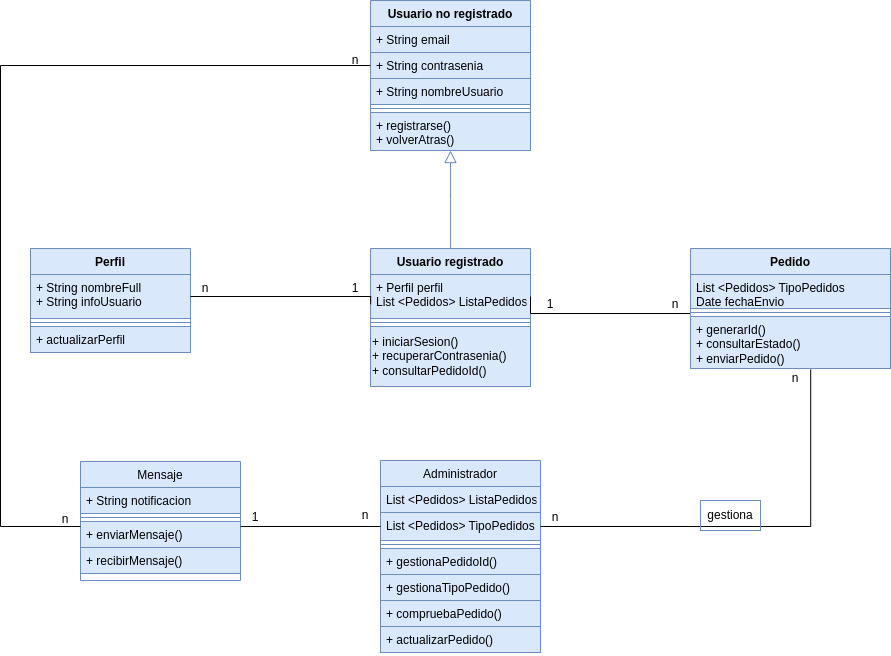
Before: images/diagramas/Diagrama de clases.drawio.png, a diagram exported from draw.io (Santyew/RecordVideoGG). Source tidied: cells renumbered, new cells last; positions are measured from the earlier drawing's top-left corner, leaving out a move shared by most shapes.
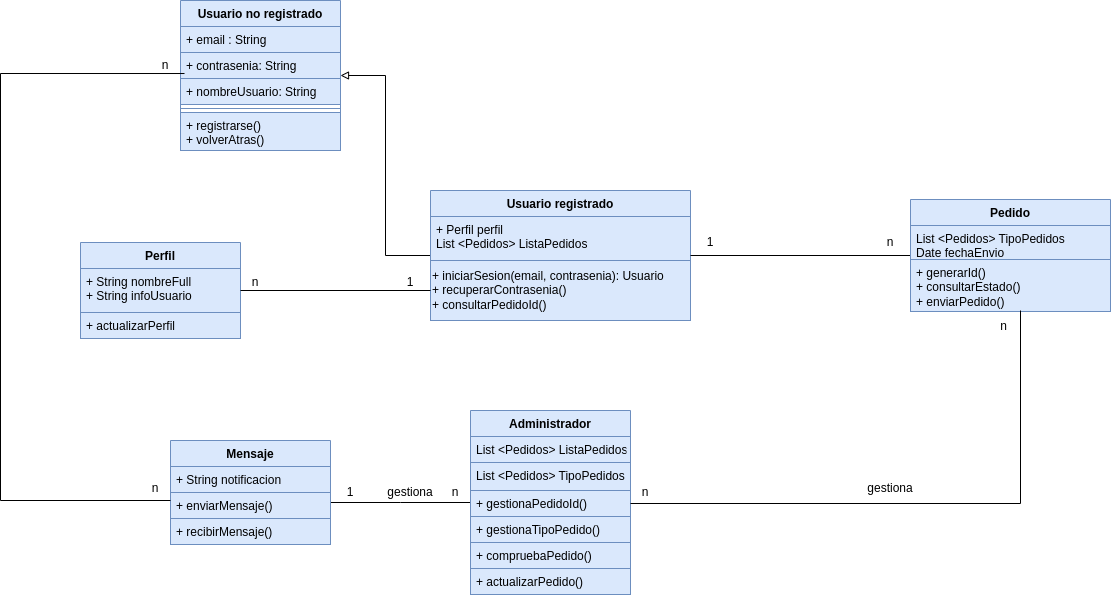
The same file after the commit.

Commit message:
Diagrama de clases #7.drawio.png

Change to the diagram source:
```diff
@@ -3,15 +3,15 @@
     <mxCell id="0" />
     <mxCell id="1" parent="0" />
     <mxCell id="2" value="Usuario no registrado" style="swimlane;fontStyle=1;align=center;verticalAlign=top;horizontal=1;startSize=26;rounded=0;shadow=0;strokeWidth=1;fillColor=#dae8fc;strokeColor=#6c8ebf;" parent="1" vertex="1">
-      <mxGeometry x="370" width="160" height="150" as="geometry" />
+      <mxGeometry x="130" y="-160" width="160" height="150" as="geometry" />
     </mxCell>
-    <mxCell id="3" value="+ String email" style="text;align=left;verticalAlign=top;spacingLeft=4;spacingRight=4;overflow=hidden;fillColor=#dae8fc;strokeColor=#6c8ebf;" parent="2" vertex="1">
+    <mxCell id="3" value="+ email : String" style="text;align=left;verticalAlign=top;spacingLeft=4;spacingRight=4;overflow=hidden;fillColor=#dae8fc;strokeColor=#6c8ebf;" parent="2" vertex="1">
       <mxGeometry y="26" width="160" height="26" as="geometry" />
     </mxCell>
-    <mxCell id="4" value="+ String contrasenia" style="text;align=left;verticalAlign=top;spacingLeft=4;spacingRight=4;overflow=hidden;points=[[0,0.5],[1,0.5]];portConstraint=eastwest;rounded=0;shadow=0;html=0;fillColor=#dae8fc;strokeColor=#6c8ebf;" parent="2" vertex="1">
+    <mxCell id="4" value="+ contrasenia: String" style="text;align=left;verticalAlign=top;spacingLeft=4;spacingRight=4;overflow=hidden;points=[[0,0.5],[1,0.5]];portConstraint=eastwest;rounded=0;shadow=0;html=0;fillColor=#dae8fc;strokeColor=#6c8ebf;" parent="2" vertex="1">
       <mxGeometry y="52" width="160" height="26" as="geometry" />
     </mxCell>
-    <mxCell id="5" value="+ String nombreUsuario" style="text;align=left;verticalAlign=top;spacingLeft=4;spacingRight=4;overflow=hidden;rounded=0;shadow=0;html=0;fillColor=#dae8fc;strokeColor=#6c8ebf;" parent="2" vertex="1">
+    <mxCell id="5" value="+ nombreUsuario: String" style="text;align=left;verticalAlign=top;spacingLeft=4;spacingRight=4;overflow=hidden;rounded=0;shadow=0;html=0;fillColor=#dae8fc;strokeColor=#6c8ebf;" parent="2" vertex="1">
       <mxGeometry y="78" width="160" height="26" as="geometry" />
     </mxCell>
     <mxCell id="6" style="line;html=1;strokeWidth=1;align=left;verticalAlign=middle;spacingTop=-1;spacingLeft=3;spacingRight=3;labelPosition=right;fillColor=#dae8fc;strokeColor=#6c8ebf;" parent="2" vertex="1">
@@ -20,8 +20,13 @@
     <mxCell id="7" value="+ registrarse()&#10;+ volverAtras()&#10;" style="text;align=left;verticalAlign=top;spacingLeft=4;spacingRight=4;overflow=hidden;fillColor=#dae8fc;strokeColor=#6c8ebf;" parent="2" vertex="1">
       <mxGeometry y="112" width="160" height="38" as="geometry" />
     </mxCell>
+    <mxCell id="50" style="edgeStyle=orthogonalEdgeStyle;rounded=0;jettySize=auto;html=1;endArrow=none;startFill=0;" parent="1" edge="1" source="8">
+      <mxGeometry relative="1" as="geometry">
+        <mxPoint x="280" y="342" as="targetPoint" />
+      </mxGeometry>
+    </mxCell>
-    <mxCell id="8" value="Administrador" style="swimlane;fontStyle=0;align=center;verticalAlign=top;horizontal=1;startSize=26;rounded=0;shadow=0;strokeWidth=1;fillColor=#dae8fc;strokeColor=#6c8ebf;" parent="1" vertex="1">
-      <mxGeometry x="380" y="460" width="160" height="192" as="geometry" />
+    <mxCell id="8" value="Administrador" style="swimlane;fontStyle=1;align=center;verticalAlign=top;horizontal=1;startSize=26;rounded=0;shadow=0;strokeWidth=1;fillColor=#dae8fc;strokeColor=#6c8ebf;" parent="1" vertex="1">
+      <mxGeometry x="420" y="250" width="160" height="184" as="geometry" />
     </mxCell>
     <mxCell id="9" value="List &lt;Pedidos&gt; ListaPedidos" style="text;align=left;verticalAlign=top;spacingLeft=4;spacingRight=4;overflow=hidden;fillColor=#dae8fc;strokeColor=#6c8ebf;" parent="8" vertex="1">
       <mxGeometry y="26" width="160" height="26" as="geometry" />
@@ -29,138 +34,112 @@
     <mxCell id="10" value="List &lt;Pedidos&gt; TipoPedidos&#10;" style="text;align=left;verticalAlign=top;spacingLeft=4;spacingRight=4;overflow=hidden;points=[[0,0.5],[1,0.5]];portConstraint=eastwest;rounded=0;shadow=0;html=0;fillColor=#dae8fc;strokeColor=#6c8ebf;" parent="8" vertex="1">
       <mxGeometry y="52" width="160" height="28" as="geometry" />
     </mxCell>
-    <mxCell id="11" style="line;html=1;strokeWidth=1;align=left;verticalAlign=middle;spacingTop=-1;spacingLeft=3;spacingRight=3;labelPosition=right;fillColor=#dae8fc;strokeColor=#6c8ebf;" parent="8" vertex="1">
-      <mxGeometry y="80" width="160" height="8" as="geometry" />
-    </mxCell>
     <mxCell id="12" value="+ gestionaPedidoId()" style="text;align=left;verticalAlign=top;spacingLeft=4;spacingRight=4;overflow=hidden;points=[[0,0.5],[1,0.5]];portConstraint=eastwest;fontStyle=0;fillColor=#dae8fc;strokeColor=#6c8ebf;" parent="8" vertex="1">
-      <mxGeometry y="88" width="160" height="26" as="geometry" />
+      <mxGeometry y="80" width="160" height="26" as="geometry" />
     </mxCell>
     <mxCell id="13" value="+ gestionaTipoPedido()" style="text;align=left;verticalAlign=top;spacingLeft=4;spacingRight=4;overflow=hidden;fillColor=#dae8fc;strokeColor=#6c8ebf;" parent="8" vertex="1">
-      <mxGeometry y="114" width="160" height="26" as="geometry" />
+      <mxGeometry y="106" width="160" height="26" as="geometry" />
     </mxCell>
     <mxCell id="14" value="+ compruebaPedido()" style="text;align=left;verticalAlign=top;spacingLeft=4;spacingRight=4;overflow=hidden;fillColor=#dae8fc;strokeColor=#6c8ebf;" parent="8" vertex="1">
-      <mxGeometry y="140" width="160" height="26" as="geometry" />
+      <mxGeometry y="132" width="160" height="26" as="geometry" />
     </mxCell>
     <mxCell id="15" value="+ actualizarPedido()" style="text;align=left;verticalAlign=top;spacingLeft=4;spacingRight=4;overflow=hidden;fillColor=#dae8fc;strokeColor=#6c8ebf;" parent="8" vertex="1">
-      <mxGeometry y="166" width="160" height="26" as="geometry" />
+      <mxGeometry y="158" width="160" height="26" as="geometry" />
     </mxCell>
+    <mxCell id="20" style="edgeStyle=orthogonalEdgeStyle;rounded=0;jettySize=auto;html=1;entryX=1;entryY=0.5;entryDx=0;entryDy=0;endArrow=block;endFill=0;" parent="1" edge="1" source="16" target="2">
+      <mxGeometry relative="1" as="geometry" />
+    </mxCell>
     <mxCell id="16" value="Usuario registrado" style="swimlane;fontStyle=1;align=center;verticalAlign=top;horizontal=1;startSize=26;rounded=0;shadow=0;strokeWidth=1;fillColor=#dae8fc;strokeColor=#6c8ebf;" parent="1" vertex="1">
-      <mxGeometry x="370" y="248" width="160" height="138" as="geometry" />
+      <mxGeometry x="380" y="30" width="260" height="130" as="geometry" />
     </mxCell>
     <mxCell id="17" value="+ Perfil perfil&#10;List &lt;Pedidos&gt; ListaPedidos" style="text;align=left;verticalAlign=top;spacingLeft=4;spacingRight=4;overflow=hidden;points=[[0,0.5],[1,0.5]];portConstraint=eastwest;fillColor=#dae8fc;strokeColor=#6c8ebf;" parent="16" vertex="1">
-      <mxGeometry y="26" width="160" height="44" as="geometry" />
+      <mxGeometry y="26" width="260" height="44" as="geometry" />
     </mxCell>
-    <mxCell id="18" style="line;html=1;strokeWidth=1;align=left;verticalAlign=middle;spacingTop=-1;spacingLeft=3;spacingRight=3;labelPosition=right;fillColor=#dae8fc;strokeColor=#6c8ebf;" parent="16" vertex="1">
-      <mxGeometry y="70" width="160" height="8" as="geometry" />
-    </mxCell>
-    <mxCell id="19" value="+ iniciarSesion()&lt;div&gt;+ recuperarContrasenia()&lt;/div&gt;&lt;div&gt;+ consultarPedidoId()&lt;/div&gt;" style="text;html=1;align=left;verticalAlign=middle;points=[];strokeColor=#6c8ebf;fillColor=#dae8fc;" parent="16" vertex="1">
-      <mxGeometry y="78" width="160" height="60" as="geometry" />
+    <mxCell id="19" value="+ iniciarSesion(email, contrasenia): Usuario&lt;div&gt;+ recuperarContrasenia()&lt;/div&gt;&lt;div&gt;+ consultarPedidoId()&lt;/div&gt;" style="text;html=1;align=left;verticalAlign=middle;points=[];strokeColor=#6c8ebf;fillColor=#dae8fc;" parent="16" vertex="1">
+      <mxGeometry y="70" width="260" height="60" as="geometry" />
     </mxCell>
-    <mxCell id="20" style="endArrow=block;endSize=10;endFill=0;shadow=0;strokeWidth=1;rounded=0;curved=0;edgeStyle=elbowEdgeStyle;elbow=vertical;fillColor=#dae8fc;strokeColor=#6c8ebf;" parent="1" edge="1" source="16" target="2">
-      <mxGeometry relative="1" as="geometry" />
-    </mxCell>
     <mxCell id="21" value="Perfil" style="swimlane;fontStyle=1;align=center;verticalAlign=top;horizontal=1;startSize=26;whiteSpace=wrap;html=1;fillColor=#dae8fc;strokeColor=#6c8ebf;" parent="1" vertex="1">
-      <mxGeometry x="30" y="248" width="160" height="104" as="geometry" />
+      <mxGeometry x="30" y="82" width="160" height="96" as="geometry" />
     </mxCell>
     <mxCell id="22" value="+ String nombreFull&lt;div&gt;+ String infoUsuario&lt;/div&gt;" style="text;strokeColor=#6c8ebf;fillColor=#dae8fc;align=left;verticalAlign=top;spacingLeft=4;spacingRight=4;overflow=hidden;points=[[0,0.5],[1,0.5]];portConstraint=eastwest;whiteSpace=wrap;html=1;" parent="21" vertex="1">
       <mxGeometry y="26" width="160" height="44" as="geometry" />
     </mxCell>
-    <mxCell id="23" style="line;strokeWidth=1;fillColor=#dae8fc;align=left;verticalAlign=middle;spacingTop=-1;spacingLeft=3;spacingRight=3;labelPosition=right;strokeColor=#6c8ebf;" parent="21" vertex="1">
-      <mxGeometry y="70" width="160" height="8" as="geometry" />
-    </mxCell>
     <mxCell id="24" value="+ actualizarPerfil" style="text;strokeColor=#6c8ebf;fillColor=#dae8fc;align=left;verticalAlign=top;spacingLeft=4;spacingRight=4;overflow=hidden;whiteSpace=wrap;html=1;" parent="21" vertex="1">
-      <mxGeometry y="78" width="160" height="26" as="geometry" />
+      <mxGeometry y="70" width="160" height="26" as="geometry" />
     </mxCell>
-    <mxCell id="25" style="edgeStyle=orthogonalEdgeStyle;rounded=0;jettySize=auto;html=1;entryX=1;entryY=0.5;entryDx=0;entryDy=0;endArrow=none;startFill=0;fillColor=#dae8fc;strokeColor=#000000;" parent="1" edge="1" source="26" target="17">
-      <mxGeometry relative="1" as="geometry">
-        <Array as="points">
-          <mxPoint x="530" y="313" />
-        </Array>
-      </mxGeometry>
-    </mxCell>
+    <mxCell id="51" style="edgeStyle=orthogonalEdgeStyle;rounded=0;jettySize=auto;html=1;entryX=1;entryY=0.5;entryDx=0;entryDy=0;endArrow=none;startFill=0;" parent="1" edge="1" source="26" target="16">
+      <mxGeometry relative="1" as="geometry" />
+    </mxCell>
     <mxCell id="26" value="Pedido" style="swimlane;fontStyle=1;align=center;verticalAlign=top;horizontal=1;startSize=26;whiteSpace=wrap;html=1;fillColor=#dae8fc;strokeColor=#6c8ebf;" parent="1" vertex="1">
-      <mxGeometry x="690" y="248" width="200" height="120" as="geometry" />
+      <mxGeometry x="860" y="39" width="200" height="112" as="geometry" />
     </mxCell>
     <mxCell id="27" value="List &amp;lt;Pedidos&amp;gt; TipoPedidos&lt;div&gt;Date fechaEnvio&lt;/div&gt;" style="text;strokeColor=#6c8ebf;fillColor=#dae8fc;align=left;verticalAlign=top;spacingLeft=4;spacingRight=4;overflow=hidden;whiteSpace=wrap;html=1;" parent="26" vertex="1">
       <mxGeometry y="26" width="200" height="34" as="geometry" />
     </mxCell>
-    <mxCell id="28" style="line;strokeWidth=1;fillColor=#dae8fc;align=left;verticalAlign=middle;spacingTop=-1;spacingLeft=3;spacingRight=3;labelPosition=right;strokeColor=#6c8ebf;" parent="26" vertex="1">
-      <mxGeometry y="60" width="200" height="8" as="geometry" />
-    </mxCell>
     <mxCell id="29" value="+ generarId()&lt;div&gt;+ consultarEstado()&lt;/div&gt;&lt;div&gt;+&amp;nbsp;&lt;span style=&quot;background-color: transparent; color: light-dark(rgb(0, 0, 0), rgb(255, 255, 255));&quot;&gt;enviarPedido()&lt;/span&gt;&lt;/div&gt;" style="text;strokeColor=#6c8ebf;fillColor=#dae8fc;align=left;verticalAlign=top;spacingLeft=4;spacingRight=4;overflow=hidden;points=[[0,0.5],[1,0.5]];portConstraint=eastwest;whiteSpace=wrap;html=1;" parent="26" vertex="1">
-      <mxGeometry y="68" width="200" height="52" as="geometry" />
+      <mxGeometry y="60" width="200" height="52" as="geometry" />
     </mxCell>
-    <mxCell id="30" style="edgeStyle=orthogonalEdgeStyle;rounded=0;jettySize=auto;html=1;entryX=0.001;entryY=0.673;entryDx=0;entryDy=0;entryPerimeter=0;endArrow=none;startFill=0;fillColor=#dae8fc;strokeColor=#000000;" parent="1" edge="1" source="22" target="17">
-      <mxGeometry relative="1" as="geometry">
-        <Array as="points">
-          <mxPoint x="370" y="296" />
-        </Array>
-      </mxGeometry>
-    </mxCell>
-    <mxCell id="31" value="n" style="text;html=1;align=center;verticalAlign=middle;whiteSpace=wrap;rounded=0;fillColor=none;strokeColor=none;" parent="1" vertex="1">
-      <mxGeometry x="190" y="280" width="30" height="16" as="geometry" />
-    </mxCell>
-    <mxCell id="32" value="1" style="text;html=1;align=center;verticalAlign=middle;whiteSpace=wrap;rounded=0;fillColor=none;strokeColor=none;" parent="1" vertex="1">
-      <mxGeometry x="240" y="509" width="30" height="16" as="geometry" />
-    </mxCell>
-    <mxCell id="33" value="1" style="text;html=1;align=center;verticalAlign=middle;whiteSpace=wrap;rounded=0;fillColor=none;strokeColor=none;" parent="1" vertex="1">
-      <mxGeometry x="530" y="289" width="40" height="30" as="geometry" />
-    </mxCell>
-    <mxCell id="34" value="n" style="text;html=1;align=center;verticalAlign=middle;whiteSpace=wrap;rounded=0;fillColor=none;strokeColor=none;" parent="1" vertex="1">
-      <mxGeometry x="660" y="296" width="30" height="16" as="geometry" />
-    </mxCell>
-    <mxCell id="35" value="Mensaje" style="swimlane;fontStyle=0;align=center;verticalAlign=top;horizontal=1;startSize=26;rounded=0;shadow=0;strokeWidth=1;fillColor=#dae8fc;strokeColor=#6c8ebf;" parent="1" vertex="1">
-      <mxGeometry x="80" y="461" width="160" height="119" as="geometry" />
+    <mxCell id="35" value="Mensaje" style="swimlane;fontStyle=1;align=center;verticalAlign=top;horizontal=1;startSize=26;rounded=0;shadow=0;strokeWidth=1;fillColor=#dae8fc;strokeColor=#6c8ebf;" parent="1" vertex="1">
+      <mxGeometry x="120" y="280" width="160" height="104" as="geometry" />
     </mxCell>
     <mxCell id="36" value="+ String notificacion" style="text;align=left;verticalAlign=top;spacingLeft=4;spacingRight=4;overflow=hidden;fillColor=#dae8fc;strokeColor=#6c8ebf;" parent="35" vertex="1">
       <mxGeometry y="26" width="160" height="26" as="geometry" />
     </mxCell>
-    <mxCell id="37" style="line;html=1;strokeWidth=1;align=left;verticalAlign=middle;spacingTop=-1;spacingLeft=3;spacingRight=3;labelPosition=right;fillColor=#dae8fc;strokeColor=#6c8ebf;" parent="35" vertex="1">
-      <mxGeometry y="52" width="160" height="8" as="geometry" />
-    </mxCell>
     <mxCell id="38" value="+ enviarMensaje()" style="text;align=left;verticalAlign=top;spacingLeft=4;spacingRight=4;overflow=hidden;fontStyle=0;fillColor=#dae8fc;strokeColor=#6c8ebf;" parent="35" vertex="1">
-      <mxGeometry y="60" width="160" height="26" as="geometry" />
+      <mxGeometry y="52" width="160" height="26" as="geometry" />
     </mxCell>
     <mxCell id="39" value="+ recibirMensaje()" style="text;align=left;verticalAlign=top;spacingLeft=4;spacingRight=4;overflow=hidden;fillColor=#dae8fc;strokeColor=#6c8ebf;" parent="35" vertex="1">
-      <mxGeometry y="86" width="160" height="26" as="geometry" />
+      <mxGeometry y="78" width="160" height="26" as="geometry" />
     </mxCell>
-    <mxCell id="40" style="edgeStyle=orthogonalEdgeStyle;rounded=0;jettySize=auto;html=1;entryX=0.601;entryY=1.019;entryDx=0;entryDy=0;entryPerimeter=0;endArrow=none;startFill=0;fillColor=#dae8fc;strokeColor=#000000;" parent="1" edge="1" source="10" target="29">
-      <mxGeometry relative="1" as="geometry" />
-    </mxCell>
-    <mxCell id="41" value="n" style="text;html=1;align=center;verticalAlign=middle;whiteSpace=wrap;rounded=0;fillColor=none;strokeColor=none;" parent="1" vertex="1">
-      <mxGeometry x="780" y="370" width="30" height="16" as="geometry" />
-    </mxCell>
-    <mxCell id="42" value="n" style="text;html=1;align=center;verticalAlign=middle;whiteSpace=wrap;rounded=0;fillColor=none;strokeColor=none;" parent="1" vertex="1">
-      <mxGeometry x="350" y="505" width="30" height="20" as="geometry" />
-    </mxCell>
-    <mxCell id="43" style="edgeStyle=orthogonalEdgeStyle;rounded=0;jettySize=auto;html=1;entryX=1;entryY=0.5;entryDx=0;entryDy=0;endArrow=none;startFill=0;fillColor=#dae8fc;strokeColor=#000000;" parent="1" edge="1" source="10">
-      <mxGeometry relative="1" as="geometry">
-        <mxPoint x="240" y="526" as="targetPoint" />
-      </mxGeometry>
-    </mxCell>
-    <mxCell id="44" value="gestiona" style="text;html=1;align=center;verticalAlign=middle;whiteSpace=wrap;rounded=0;fillColor=none;strokeColor=#6c8ebf;" parent="1" vertex="1">
-      <mxGeometry x="700" y="500" width="60" height="30" as="geometry" />
-    </mxCell>
-    <mxCell id="45" value="n" style="text;html=1;align=center;verticalAlign=middle;whiteSpace=wrap;rounded=0;fillColor=none;strokeColor=none;" parent="1" vertex="1">
-      <mxGeometry x="540" y="509" width="30" height="16" as="geometry" />
-    </mxCell>
-    <mxCell id="46" style="edgeStyle=orthogonalEdgeStyle;rounded=0;jettySize=auto;html=1;entryX=0;entryY=0.5;entryDx=0;entryDy=0;endArrow=none;startFill=0;fillColor=#dae8fc;strokeColor=#000000;" parent="1" edge="1" target="4">
-      <mxGeometry relative="1" as="geometry">
-        <mxPoint x="80" y="526" as="sourcePoint" />
-        <Array as="points">
-          <mxPoint y="526" />
-          <mxPoint y="65" />
-        </Array>
-      </mxGeometry>
-    </mxCell>
-    <mxCell id="47" value="n" style="text;html=1;align=center;verticalAlign=middle;whiteSpace=wrap;rounded=0;fillColor=none;strokeColor=none;" parent="1" vertex="1">
-      <mxGeometry x="340" y="50" width="30" height="20" as="geometry" />
-    </mxCell>
-    <mxCell id="48" value="n" style="text;html=1;align=center;verticalAlign=middle;whiteSpace=wrap;rounded=0;fillColor=none;strokeColor=none;" parent="1" vertex="1">
-      <mxGeometry x="50" y="509" width="30" height="20" as="geometry" />
-    </mxCell>
-    <mxCell id="49" value="1" style="text;html=1;align=center;verticalAlign=middle;whiteSpace=wrap;rounded=0;fillColor=none;strokeColor=none;" parent="1" vertex="1">
-      <mxGeometry x="340" y="278.5" width="30" height="19" as="geometry" />
-    </mxCell>
+    <mxCell id="52" style="edgeStyle=orthogonalEdgeStyle;rounded=0;jettySize=auto;html=1;entryX=0.025;entryY=0.808;entryDx=0;entryDy=0;entryPerimeter=0;endArrow=none;startFill=0;" parent="1" edge="1" source="35" target="4">
+      <mxGeometry relative="1" as="geometry">
+        <Array as="points">
+          <mxPoint x="-50" y="340" />
+          <mxPoint x="-50" y="-87" />
+        </Array>
+      </mxGeometry>
+    </mxCell>
+    <mxCell id="53" style="edgeStyle=orthogonalEdgeStyle;rounded=0;jettySize=auto;html=1;entryX=1;entryY=0.5;entryDx=0;entryDy=0;endArrow=none;startFill=0;" parent="1" edge="1" source="19" target="21">
+      <mxGeometry relative="1" as="geometry" />
+    </mxCell>
+    <mxCell id="54" style="edgeStyle=orthogonalEdgeStyle;rounded=0;jettySize=auto;html=1;entryX=0.55;entryY=0.981;entryDx=0;entryDy=0;entryPerimeter=0;endArrow=none;startFill=0;" parent="1" edge="1" source="12" target="29">
+      <mxGeometry relative="1" as="geometry" />
+    </mxCell>
+    <mxCell id="55" value="1" style="text;html=1;align=center;verticalAlign=middle;whiteSpace=wrap;rounded=0;" parent="1" vertex="1">
+      <mxGeometry x="640" y="70" width="40" height="23" as="geometry" />
+    </mxCell>
+    <mxCell id="56" value="1" style="text;html=1;align=center;verticalAlign=middle;whiteSpace=wrap;rounded=0;" parent="1" vertex="1">
+      <mxGeometry x="340" y="110" width="40" height="23" as="geometry" />
+    </mxCell>
+    <mxCell id="57" value="1" style="text;html=1;align=center;verticalAlign=middle;whiteSpace=wrap;rounded=0;" parent="1" vertex="1">
+      <mxGeometry x="280" y="320" width="40" height="23" as="geometry" />
+    </mxCell>
+    <mxCell id="58" value="n" style="text;html=1;align=center;verticalAlign=middle;whiteSpace=wrap;rounded=0;" parent="1" vertex="1">
+      <mxGeometry x="820" y="66.5" width="40" height="30" as="geometry" />
+    </mxCell>
+    <mxCell id="59" value="n" style="text;html=1;align=center;verticalAlign=middle;whiteSpace=wrap;rounded=0;" parent="1" vertex="1">
+      <mxGeometry x="580" y="317" width="30" height="30" as="geometry" />
+    </mxCell>
+    <mxCell id="60" value="n" style="text;html=1;align=center;verticalAlign=middle;whiteSpace=wrap;rounded=0;" parent="1" vertex="1">
+      <mxGeometry x="940" y="151" width="27" height="30" as="geometry" />
+    </mxCell>
+    <mxCell id="61" value="n" style="text;html=1;align=center;verticalAlign=middle;whiteSpace=wrap;rounded=0;" parent="1" vertex="1">
+      <mxGeometry x="390" y="317" width="30" height="30" as="geometry" />
+    </mxCell>
+    <mxCell id="62" value="n" style="text;html=1;align=center;verticalAlign=middle;whiteSpace=wrap;rounded=0;" parent="1" vertex="1">
+      <mxGeometry x="90" y="313" width="30" height="30" as="geometry" />
+    </mxCell>
+    <mxCell id="63" value="n" style="text;html=1;align=center;verticalAlign=middle;whiteSpace=wrap;rounded=0;" parent="1" vertex="1">
+      <mxGeometry x="100" y="-110" width="30" height="30" as="geometry" />
+    </mxCell>
+    <mxCell id="64" value="n" style="text;html=1;align=center;verticalAlign=middle;whiteSpace=wrap;rounded=0;" parent="1" vertex="1">
+      <mxGeometry x="190" y="106.5" width="30" height="30" as="geometry" />
+    </mxCell>
+    <mxCell id="65" value="gestiona" style="text;html=1;align=center;verticalAlign=middle;whiteSpace=wrap;rounded=0;" parent="1" vertex="1">
+      <mxGeometry x="810" y="313" width="60" height="30" as="geometry" />
+    </mxCell>
+    <mxCell id="66" value="gestiona" style="text;html=1;align=center;verticalAlign=middle;whiteSpace=wrap;rounded=0;" parent="1" vertex="1">
+      <mxGeometry x="330" y="316.5" width="60" height="30" as="geometry" />
+    </mxCell>
   </root>
 </mxGraphModel>
```
